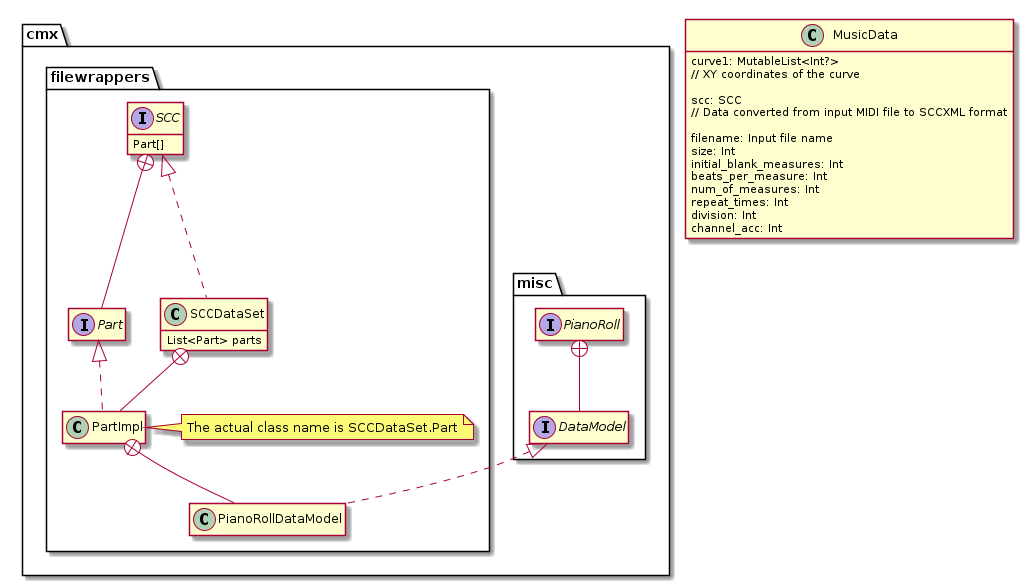
fujiij/plantuml keeps this PlantUML diagram as diagrams/test3.png. Above is the earlier version.
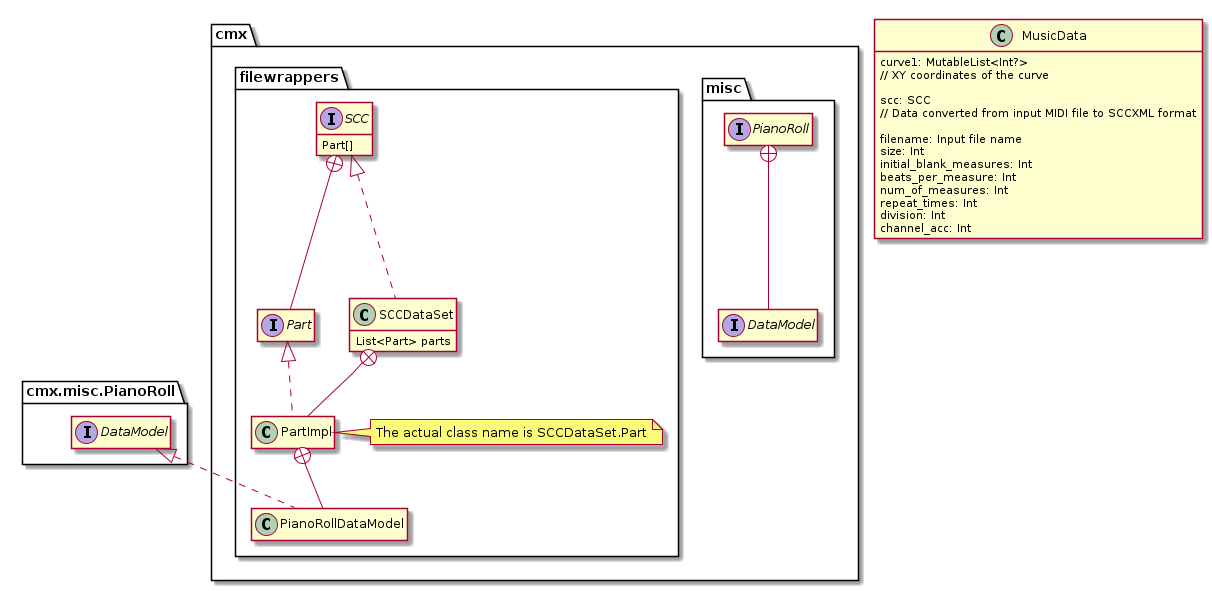
After the commit.

Commit message:
Auto-generate PlantUML diagrams

The edit, as a diff of the source:
```diff
@@ -40,7 +40,7 @@
             The actual class name is SCCDataSet.Part
         end note
 
-        DataModel <|.. PianoRollDataModel
+        class PianoRollDataModel implements cmx.misc.PianoRoll.DataModel
         PartImpl +-- PianoRollDataModel
     }
 }
```
